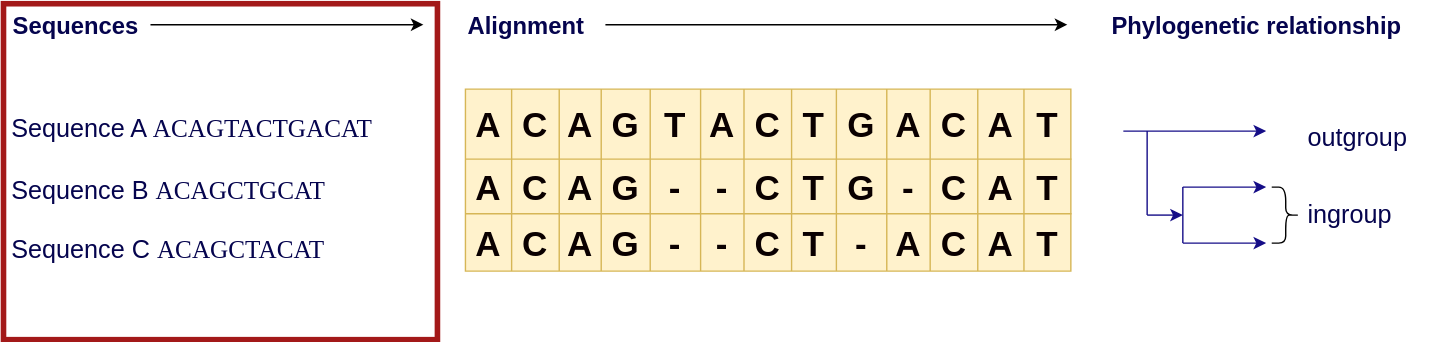
Above: images/3alignment_sequence.drawio.svg in khiron/dBGAlignSlides (draw.io), before the change. Source tidied: cells renumbered, new cells last; positions are measured from the earlier drawing's top-left corner, leaving out a move shared by most shapes.
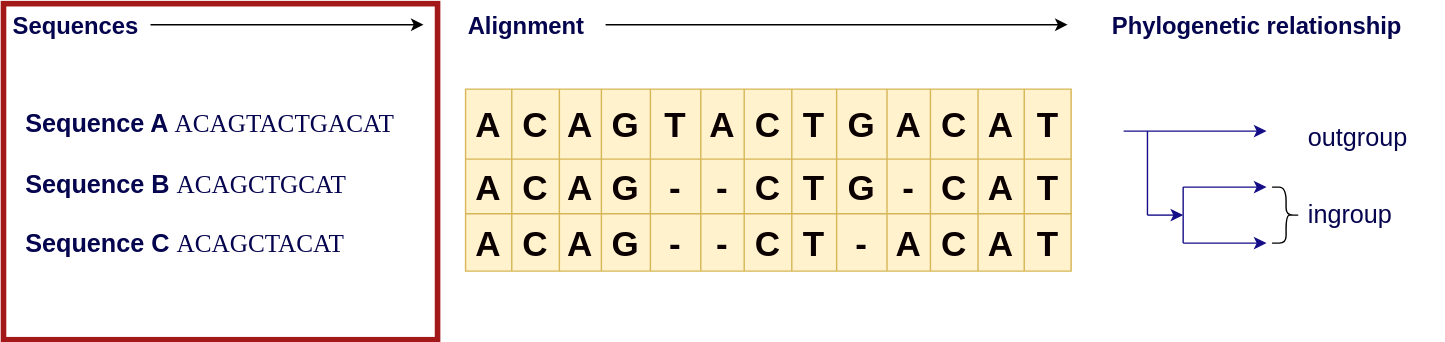
Later version of the same file.

Change to the diagram source:
```diff
@@ -210,14 +210,14 @@
         <mxPoint as="targetPoint" />
       </mxGeometry>
     </mxCell>
-    <mxCell id="61" value="Sequence A&amp;nbsp; &amp;nbsp; &lt;font face=&quot;Lucida Console&quot;&gt;ACAGTACTGACAT&lt;/font&gt;" style="text;html=1;align=left;verticalAlign=middle;whiteSpace=wrap;rounded=0;fontSize=18;fontStyle=0;labelPosition=center;verticalLabelPosition=middle;fontColor=#05044e;" parent="1" vertex="1">
-      <mxGeometry x="4" y="75" width="296" height="30" as="geometry" />
+    <mxCell id="61" value="&lt;b&gt;Sequence A&lt;/b&gt;&amp;nbsp; &amp;nbsp; &lt;font face=&quot;Lucida Console&quot;&gt;ACAGTACTGACAT&lt;/font&gt;" style="text;html=1;align=left;verticalAlign=middle;whiteSpace=wrap;rounded=0;fontSize=18;fontStyle=0;labelPosition=center;verticalLabelPosition=middle;fontColor=#05044e;" parent="1" vertex="1">
+      <mxGeometry x="14" y="71" width="296" height="30" as="geometry" />
     </mxCell>
-    <mxCell id="62" value="Sequence B&amp;nbsp; &amp;nbsp; &lt;font face=&quot;Lucida Console&quot;&gt;ACAGCTGCAT&lt;/font&gt;" style="text;html=1;align=left;verticalAlign=middle;whiteSpace=wrap;rounded=0;fontSize=18;fontStyle=0;labelPosition=center;verticalLabelPosition=middle;fontColor=#05044e;" parent="1" vertex="1">
-      <mxGeometry x="4" y="116" width="296" height="35" as="geometry" />
+    <mxCell id="62" value="&lt;b&gt;Sequence B&lt;/b&gt;&amp;nbsp; &amp;nbsp; &lt;font face=&quot;Lucida Console&quot;&gt;ACAGCTGCAT&lt;/font&gt;" style="text;html=1;align=left;verticalAlign=middle;whiteSpace=wrap;rounded=0;fontSize=18;fontStyle=0;labelPosition=center;verticalLabelPosition=middle;fontColor=#05044e;" parent="1" vertex="1">
+      <mxGeometry x="14" y="112" width="296" height="35" as="geometry" />
     </mxCell>
-    <mxCell id="63" value="Sequence C&amp;nbsp; &amp;nbsp; &lt;font face=&quot;Lucida Console&quot;&gt;ACAGCTACAT&lt;/font&gt;" style="text;html=1;align=left;verticalAlign=middle;whiteSpace=wrap;rounded=0;fontSize=18;fontStyle=0;labelPosition=center;verticalLabelPosition=middle;fontColor=#05044e;" parent="1" vertex="1">
-      <mxGeometry x="4" y="160" width="296" height="31" as="geometry" />
+    <mxCell id="63" value="&lt;b&gt;Sequence C&lt;/b&gt;&amp;nbsp; &amp;nbsp; &lt;font face=&quot;Lucida Console&quot;&gt;ACAGCTACAT&lt;/font&gt;" style="text;html=1;align=left;verticalAlign=middle;whiteSpace=wrap;rounded=0;fontSize=18;fontStyle=0;labelPosition=center;verticalLabelPosition=middle;fontColor=#05044e;" parent="1" vertex="1">
+      <mxGeometry x="14" y="156" width="296" height="31" as="geometry" />
     </mxCell>
   </root>
 </mxGraphModel>
```
